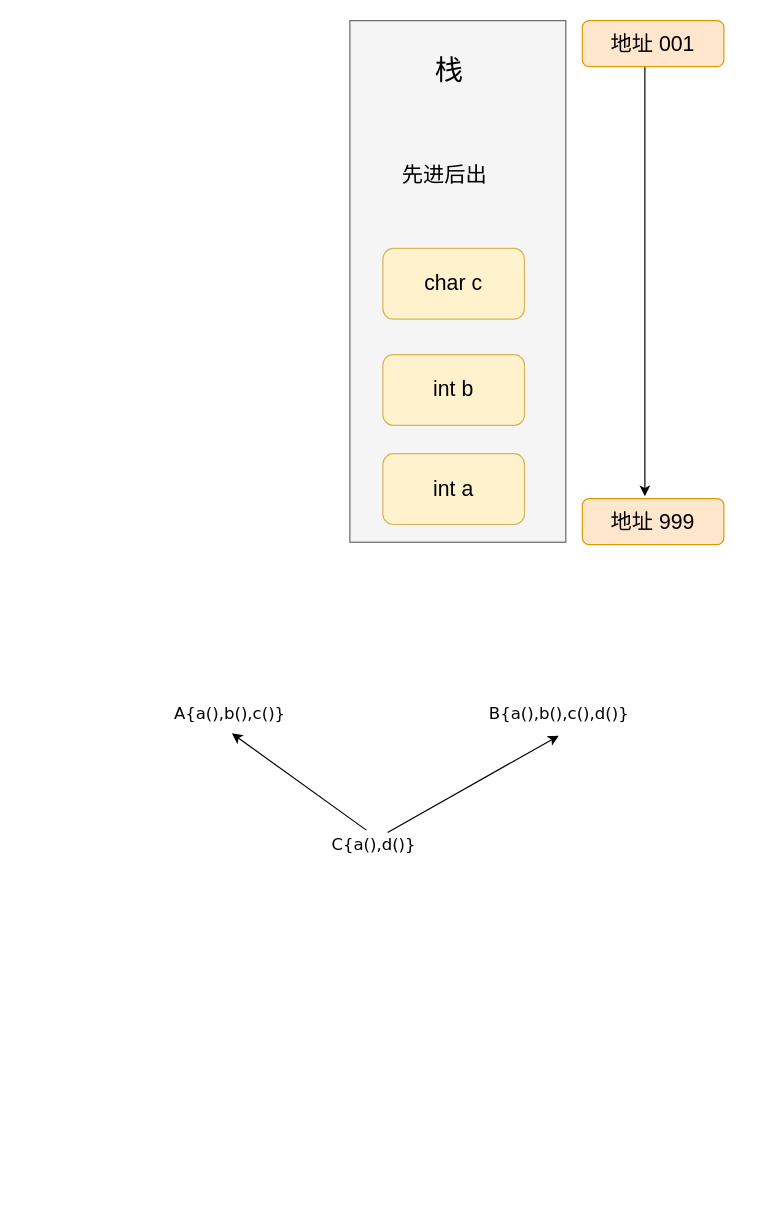
kenlin-00/kendall-cpp-view keeps this draw.io diagram as page "第 2 页" (2 of 3) of docs/workSpacePic/流程图.drawio. Above is the earlier version. Source tidied: cells renumbered, new cells numbered last; positions are measured from the earlier drawing's top-left corner, leaving out a move shared by most shapes. Both pictures are drawn from the tidied source at 118%, with x=0, y=0 at pixel (164, 20).
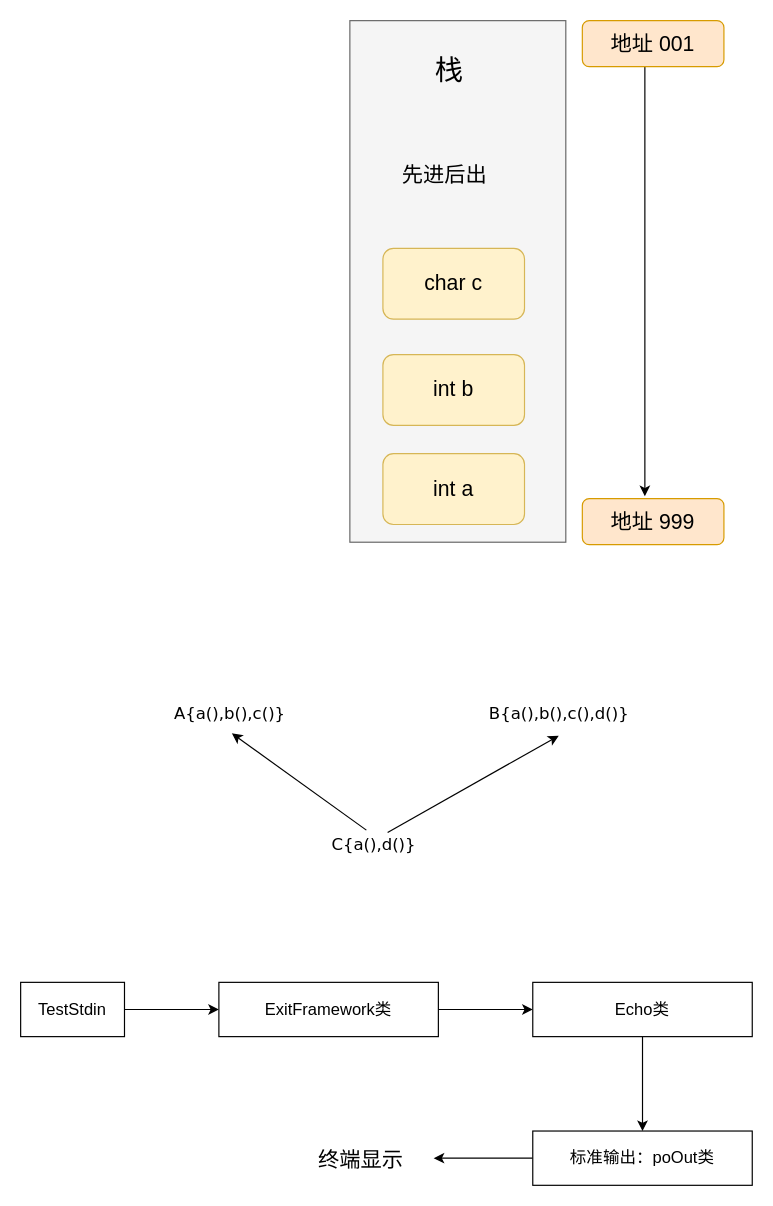
Above is the later version.

What changed in the source:
```diff
@@
+    <mxCell id="16" style="edgeStyle=orthogonalEdgeStyle;rounded=0;jettySize=auto;html=1;" parent="1" edge="1" source="17" target="19">
+      <mxGeometry relative="1" as="geometry" />
+    </mxCell>
+    <mxCell id="17" value="&lt;font style=&quot;font-size: 14px&quot;&gt;TestStdin&lt;/font&gt;" style="rounded=0;whiteSpace=wrap;html=1;" parent="1" vertex="1">
+      <mxGeometry x="-122" y="815" width="88" height="46" as="geometry" />
+    </mxCell>
+    <mxCell id="18" style="edgeStyle=orthogonalEdgeStyle;rounded=0;jettySize=auto;html=1;" parent="1" edge="1" source="19" target="21">
+      <mxGeometry relative="1" as="geometry" />
+    </mxCell>
+    <mxCell id="19" value="&lt;font style=&quot;font-size: 14px&quot;&gt;ExitFramework类&lt;/font&gt;" style="rounded=0;whiteSpace=wrap;html=1;" parent="1" vertex="1">
+      <mxGeometry x="46" y="815" width="186" height="46" as="geometry" />
+    </mxCell>
+    <mxCell id="20" style="edgeStyle=orthogonalEdgeStyle;rounded=0;jettySize=auto;html=1;" parent="1" edge="1" source="21" target="23">
+      <mxGeometry relative="1" as="geometry" />
+    </mxCell>
+    <mxCell id="21" value="&lt;font style=&quot;font-size: 14px&quot;&gt;Echo类&lt;/font&gt;" style="rounded=0;whiteSpace=wrap;html=1;" parent="1" vertex="1">
+      <mxGeometry x="312" y="815" width="186" height="46" as="geometry" />
+    </mxCell>
+    <mxCell id="22" style="edgeStyle=orthogonalEdgeStyle;rounded=0;jettySize=auto;html=1;" parent="1" edge="1" source="23">
+      <mxGeometry relative="1" as="geometry">
+        <mxPoint x="228" y="964" as="targetPoint" />
+      </mxGeometry>
+    </mxCell>
+    <mxCell id="23" value="&lt;font style=&quot;font-size: 14px&quot;&gt;标准输出：poOut类&lt;/font&gt;" style="rounded=0;whiteSpace=wrap;html=1;" parent="1" vertex="1">
+      <mxGeometry x="312" y="941" width="186" height="46" as="geometry" />
+    </mxCell>
+    <mxCell id="24" value="&lt;font style=&quot;font-size: 18px&quot; face=&quot;Garamond&quot;&gt;终端显示&lt;/font&gt;" style="text;html=1;align=center;verticalAlign=middle;" parent="1" vertex="1">
+      <mxGeometry x="125" y="957" width="82" height="18" as="geometry" />
+    </mxCell>
```
